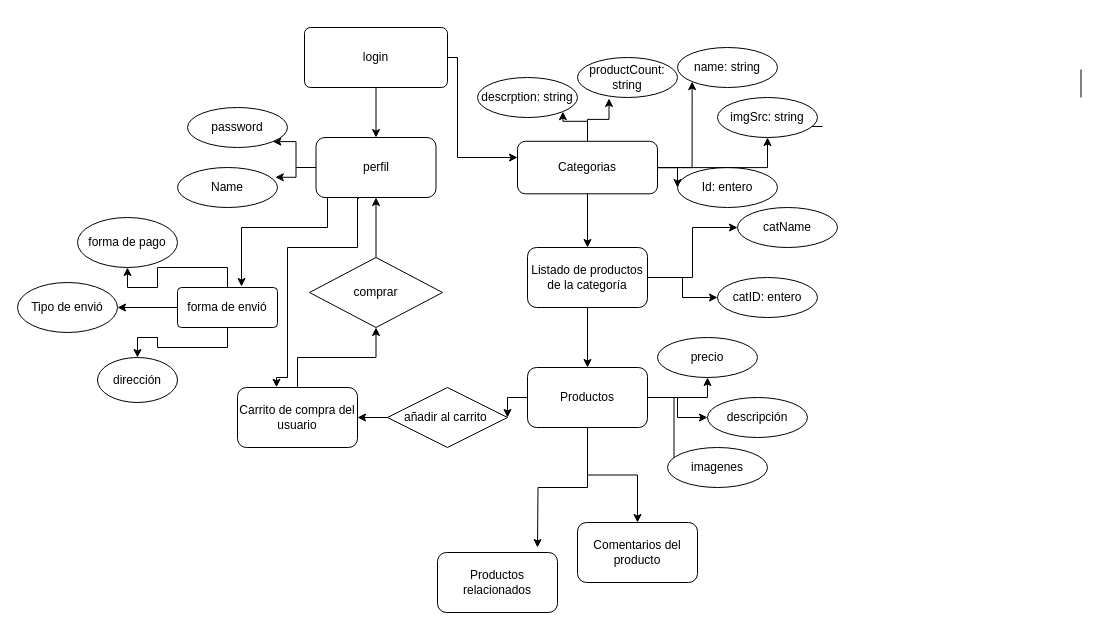
This is Diagrama sin título.drawio from maglisg/e_commerce, a draw.io file, before an edit. Source tidied: cells renumbered, new cells numbered last; positions are measured from the earlier drawing's top-left corner, leaving out a move shared by most shapes. Both pictures are drawn from the tidied source at 100%, with x=0, y=0 at pixel (17, 27).
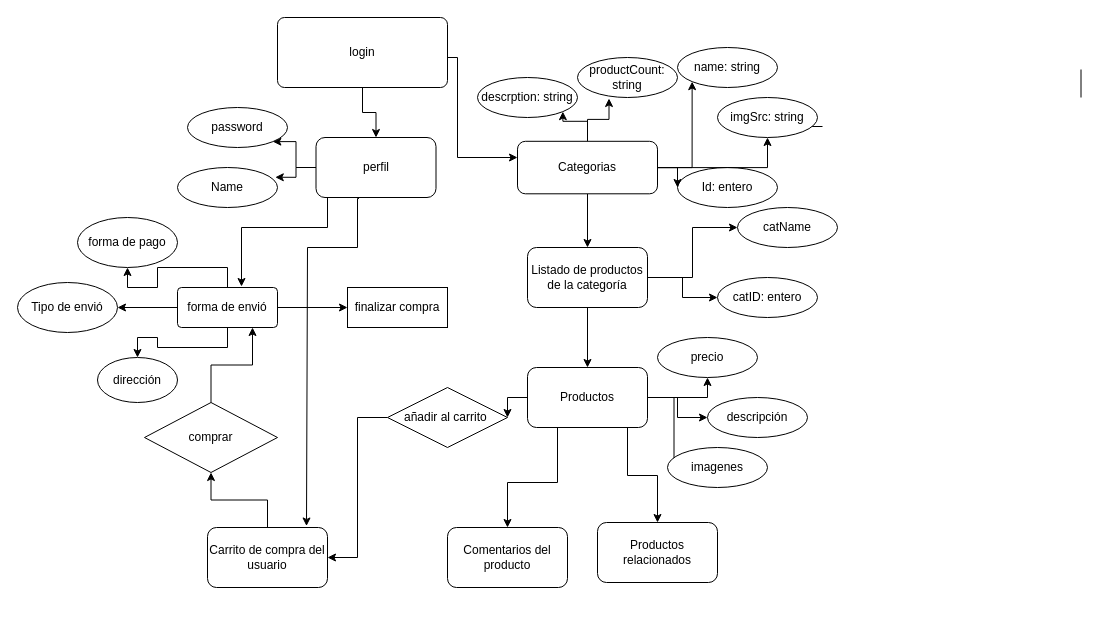
After the change.

The change refers to these unchanged cells:
```xml
<mxCell id="16" value="Productos" style="rounded=1;whiteSpace=wrap;html=1;" parent="1" vertex="1">
  <mxGeometry x="510" y="340" width="120" height="60" as="geometry" />
</mxCell>
<mxCell id="23" value="añadir al carrito&amp;nbsp;" style="shape=rhombus;perimeter=rhombusPerimeter;whiteSpace=wrap;html=1;align=center;" parent="1" vertex="1">
  <mxGeometry x="370" y="360" width="120" height="60" as="geometry" />
</mxCell>
<mxCell id="37" value="perfil" style="rounded=1;whiteSpace=wrap;html=1;" parent="1" vertex="1">
  <mxGeometry x="298.5" y="110" width="120" height="60" as="geometry" />
</mxCell>
<mxCell id="45" value="forma de envió" style="rounded=1;arcSize=10;whiteSpace=wrap;html=1;align=center;" parent="1" vertex="1">
  <mxGeometry x="160" y="260" width="100" height="40" as="geometry" />
</mxCell>
```

Change to the diagram source:
```diff
@@
     <mxCell id="11" style="edgeStyle=orthogonalEdgeStyle;rounded=0;jettySize=auto;html=1;" parent="1" edge="1" source="16" target="17">
-      <mxGeometry relative="1" as="geometry" />
+      <mxGeometry relative="1" as="geometry">
+        <Array as="points">
+          <mxPoint x="540" y="455" />
+          <mxPoint x="490" y="455" />
+        </Array>
+      </mxGeometry>
     </mxCell>
@@
-    <mxCell id="15" style="edgeStyle=orthogonalEdgeStyle;rounded=0;jettySize=auto;html=1;" parent="1" edge="1" source="16">
+    <mxCell id="15" style="edgeStyle=orthogonalEdgeStyle;rounded=0;jettySize=auto;html=1;" parent="1" edge="1" source="16" target="53">
       <mxGeometry relative="1" as="geometry">
-        <mxPoint x="520" y="520" as="targetPoint" />
+        <Array as="points">
+          <mxPoint x="610" y="448" />
+          <mxPoint x="640" y="448" />
+        </Array>
       </mxGeometry>
     </mxCell>
@@
     <mxCell id="17" value="Comentarios del producto" style="rounded=1;whiteSpace=wrap;html=1;" parent="1" vertex="1">
-      <mxGeometry x="560" y="495" width="120" height="60" as="geometry" />
+      <mxGeometry x="430" y="500" width="120" height="60" as="geometry" />
     </mxCell>
@@
     <mxCell id="19" value="Carrito de compra del usuario" style="rounded=1;whiteSpace=wrap;html=1;" parent="1" vertex="1">
-      <mxGeometry x="220" y="360" width="120" height="60" as="geometry" />
+      <mxGeometry x="190" y="500" width="120" height="60" as="geometry" />
     </mxCell>
@@
     <mxCell id="22" style="edgeStyle=orthogonalEdgeStyle;rounded=0;jettySize=auto;html=1;" parent="1" edge="1" source="23" target="19">
-      <mxGeometry relative="1" as="geometry" />
+      <mxGeometry relative="1" as="geometry">
+        <Array as="points">
+          <mxPoint x="340" y="390" />
+          <mxPoint x="340" y="530" />
+        </Array>
+      </mxGeometry>
     </mxCell>
@@
-    <mxCell id="36" style="edgeStyle=orthogonalEdgeStyle;rounded=0;jettySize=auto;html=1;entryX=0.325;entryY=-0.004;entryDx=0;entryDy=0;entryPerimeter=0;exitX=0.358;exitY=1.017;exitDx=0;exitDy=0;exitPerimeter=0;" parent="1" edge="1" source="37" target="19">
+    <mxCell id="36" style="edgeStyle=orthogonalEdgeStyle;rounded=0;jettySize=auto;html=1;exitX=0.358;exitY=1.017;exitDx=0;exitDy=0;exitPerimeter=0;entryX=0.825;entryY=-0.025;entryDx=0;entryDy=0;entryPerimeter=0;" parent="1" edge="1" source="37" target="19">
       <mxGeometry relative="1" as="geometry">
         <Array as="points">
           <mxPoint x="340" y="171" />
           <mxPoint x="340" y="220" />
-          <mxPoint x="270" y="220" />
-          <mxPoint x="270" y="350" />
+          <mxPoint x="290" y="220" />
         </Array>
       </mxGeometry>
     </mxCell>
@@
-    <mxCell id="40" style="edgeStyle=orthogonalEdgeStyle;rounded=0;jettySize=auto;html=1;" parent="1" edge="1" source="41" target="37">
+    <mxCell id="40" style="edgeStyle=orthogonalEdgeStyle;rounded=0;jettySize=auto;html=1;entryX=0.75;entryY=1;entryDx=0;entryDy=0;" parent="1" edge="1" source="41" target="45">
       <mxGeometry relative="1" as="geometry" />
     </mxCell>
     <mxCell id="41" value="comprar" style="shape=rhombus;perimeter=rhombusPerimeter;whiteSpace=wrap;html=1;align=center;" parent="1" vertex="1">
-      <mxGeometry x="292" y="230" width="133" height="70" as="geometry" />
+      <mxGeometry x="127" y="375" width="133" height="70" as="geometry" />
     </mxCell>
@@
+    <mxCell id="57" style="edgeStyle=orthogonalEdgeStyle;rounded=0;jettySize=auto;html=1;" parent="1" edge="1" source="45" target="58">
+      <mxGeometry relative="1" as="geometry" />
+    </mxCell>
@@
     <mxCell id="51" value="login" style="rounded=1;arcSize=10;whiteSpace=wrap;html=1;align=center;" parent="1" vertex="1">
-      <mxGeometry x="287" width="143" height="60" as="geometry" />
+      <mxGeometry x="260" y="-10" width="170" height="70" as="geometry" />
     </mxCell>
@@
     <mxCell id="53" value="Productos relacionados" style="rounded=1;whiteSpace=wrap;html=1;" parent="1" vertex="1">
-      <mxGeometry x="420" y="525" width="120" height="60" as="geometry" />
+      <mxGeometry x="580" y="495" width="120" height="60" as="geometry" />
     </mxCell>
@@
+    <mxCell id="58" value="finalizar compra" style="whiteSpace=wrap;html=1;align=center;" parent="1" vertex="1">
+      <mxGeometry x="330" y="260" width="100" height="40" as="geometry" />
+    </mxCell>
```
